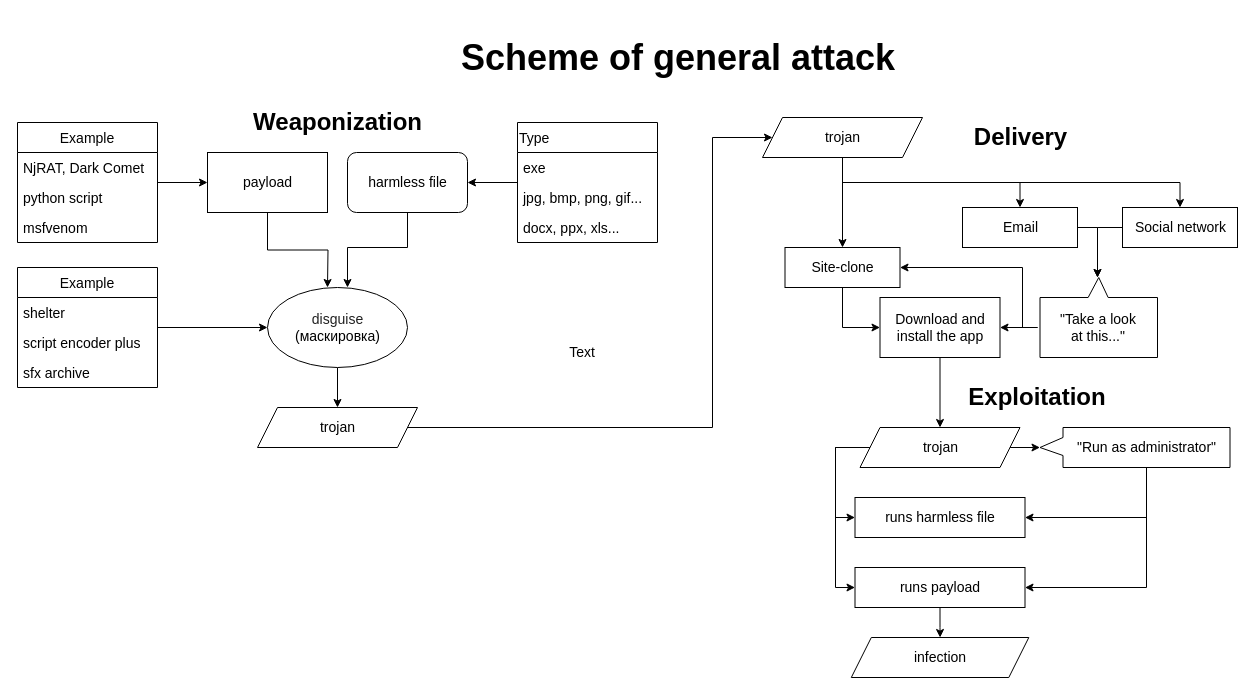
Before: page "Page-1" (1 of 2) of schemes/attacke_schemes.drawio in KATEHOK/Project-practice, a draw.io diagram. Source tidied: cells renumbered, new cells numbered last; positions are measured from the earlier drawing's top-left corner, leaving out a move shared by most shapes. Both pictures are drawn from the tidied source at 100%, with x=0, y=0 at pixel (17, 17).
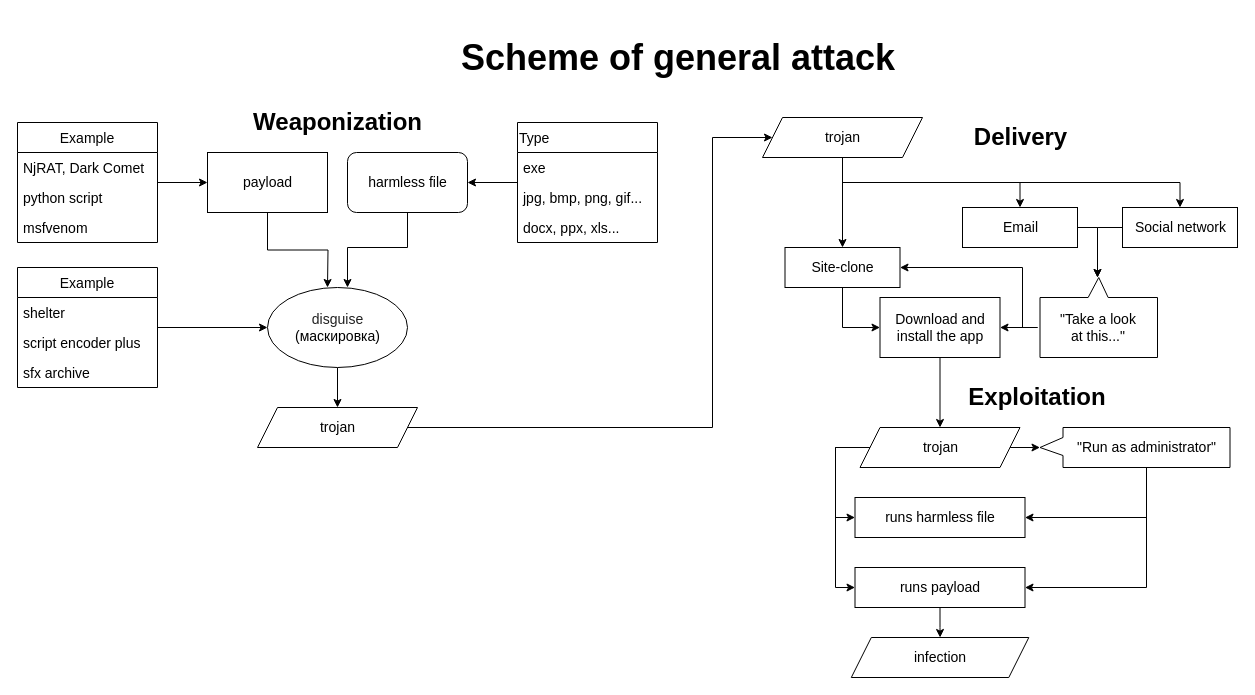
The same diagram, later.

What changed in the source:
```diff
@@
-    <mxCell id="64" value="Text" style="text;html=1;strokeColor=none;fillColor=none;align=center;verticalAlign=middle;whiteSpace=wrap;rounded=0;fontSize=14;" parent="1" vertex="1">
-      <mxGeometry x="535" y="320" width="60" height="30" as="geometry" />
-    </mxCell>
```
